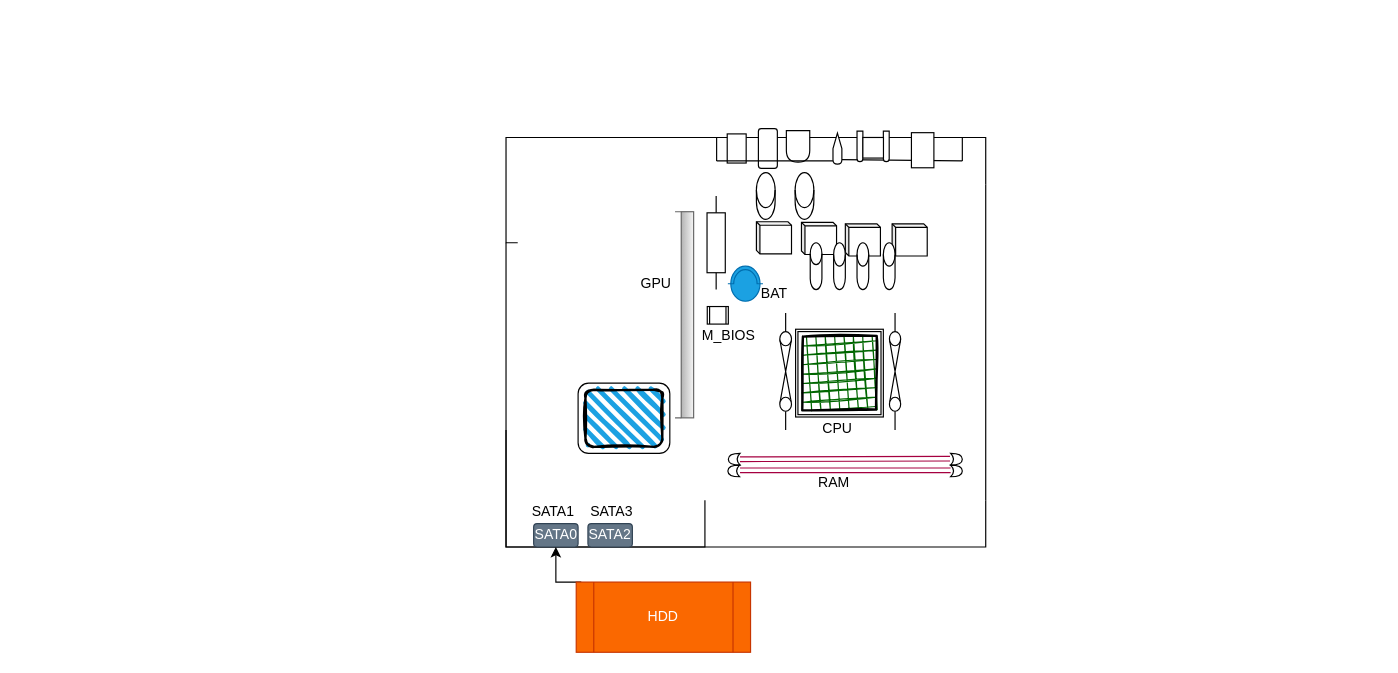
This is Untitled Diagram.drawio from Christcherubia/OpenClassroomsProject, a draw.io file, before an edit. Source tidied: cells renumbered, new cells numbered last; positions are measured from the earlier drawing's top-left corner, leaving out a move shared by most shapes. Both pictures are drawn from the tidied source at 117%, with x=0, y=0 at pixel (505, 131).
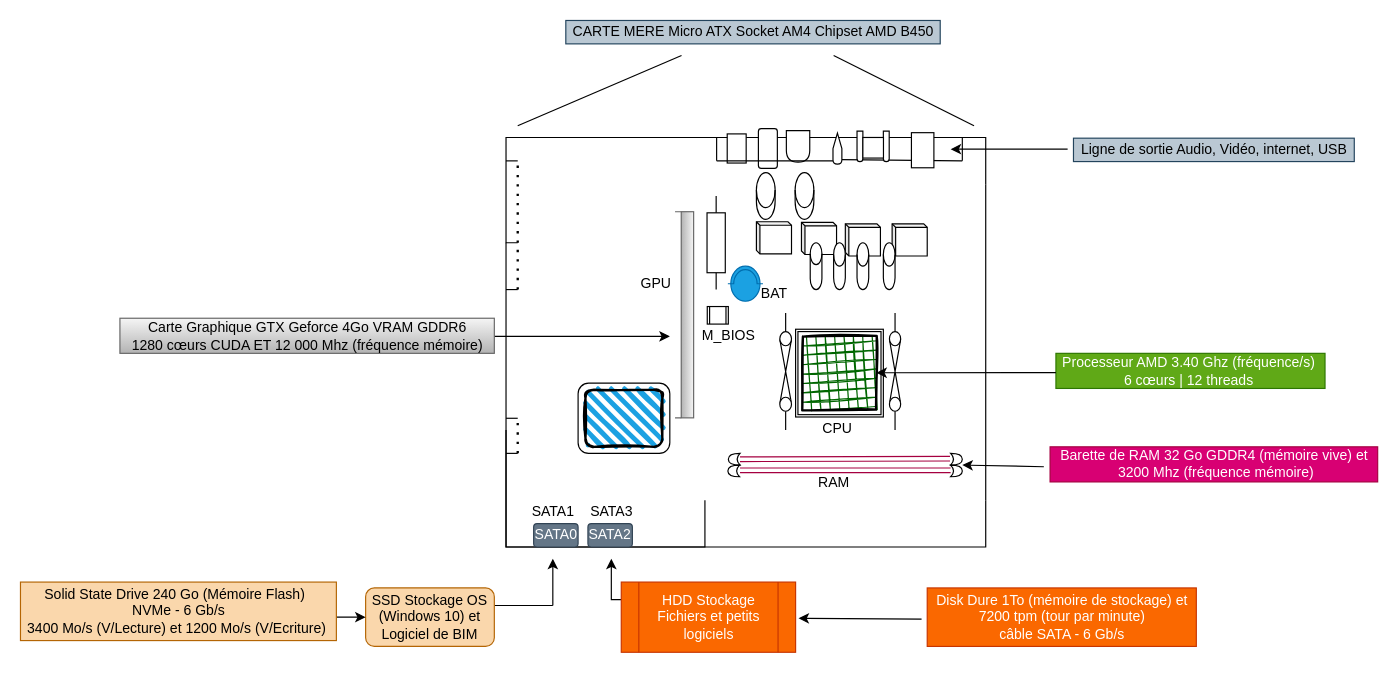
Above is the later version.

The change refers to these unchanged cells:
```xml
<mxCell id="24" style="rhombus;whiteSpace=wrap;html=1;strokeWidth=2;fillWeight=-1;hachureGap=8;fillStyle=cross-hatch;fillColor=#006600;sketch=1;rotation=45;" parent="1" vertex="1">
  <mxGeometry x="240.8" y="161.4" width="88.4" height="90" as="geometry" />
</mxCell>
<mxCell id="26" value="SATA0" style="rounded=1;whiteSpace=wrap;html=1;fillColor=#647687;strokeColor=#314354;fontColor=#ffffff;" parent="1" vertex="1">
  <mxGeometry x="23.6" y="335" width="38" height="20" as="geometry" />
</mxCell>
```

Diff of the diagram source:
```diff
@@
-    <mxCell id="28" style="edgeStyle=orthogonalEdgeStyle;rounded=0;jettySize=auto;html=1;exitX=0;exitY=0;exitDx=0;exitDy=0;entryX=0.5;entryY=1;entryDx=0;entryDy=0;" parent="1" edge="1" target="26">
+    <mxCell id="28" style="edgeStyle=orthogonalEdgeStyle;rounded=0;jettySize=auto;html=1;exitX=0;exitY=0.25;exitDx=0;exitDy=0;" parent="1" edge="1" source="29">
       <mxGeometry relative="1" as="geometry">
-        <mxPoint x="64.3" y="385" as="sourcePoint" />
+        <mxPoint x="90" y="365" as="targetPoint" />
       </mxGeometry>
     </mxCell>
-    <mxCell id="29" value="HDD" style="shape=process;whiteSpace=wrap;html=1;backgroundOutline=1;fillColor=#fa6800;strokeColor=#C73500;fontColor=#ffffff;" parent="1" vertex="1">
-      <mxGeometry x="60" y="385" width="149" height="60" as="geometry" />
+    <mxCell id="29" value="HDD Stockage Fichiers et petits logiciels" style="shape=process;whiteSpace=wrap;html=1;backgroundOutline=1;fillColor=#fa6800;strokeColor=#C73500;fontColor=#ffffff;" parent="1" vertex="1">
+      <mxGeometry x="98.5" y="385" width="149" height="60" as="geometry" />
     </mxCell>
@@
+    <mxCell id="56" value="Processeur AMD 3.40 Ghz (fréquence/s)&amp;nbsp;&lt;br&gt;6 cœurs | 12 threads&amp;nbsp;" style="text;html=1;align=center;verticalAlign=middle;fillColor=#60a917;strokeColor=#2D7600;fontColor=#ffffff;" parent="1" vertex="1">
+      <mxGeometry x="470" y="189.5" width="230" height="30" as="geometry" />
+    </mxCell>
+    <mxCell id="57" style="endArrow=classic;html=1;entryX=1;entryY=0;entryDx=0;entryDy=0;" parent="1" edge="1" target="24">
+      <mxGeometry relative="1" as="geometry">
+        <mxPoint x="470" y="206" as="sourcePoint" />
+      </mxGeometry>
+    </mxCell>
+    <mxCell id="58" value="Barette de RAM 32 Go GDDR4 (mémoire vive) et&lt;br&gt;&amp;nbsp;3200 Mhz (fréquence mémoire)" style="text;html=1;align=center;verticalAlign=middle;points=[];fillColor=#d80073;strokeColor=#A50040;fontColor=#ffffff;" parent="1" vertex="1">
+      <mxGeometry x="465" y="269.4" width="280" height="30" as="geometry" />
+    </mxCell>
+    <mxCell id="59" style="endArrow=classic;html=1;exitX=-0.019;exitY=0.567;exitDx=0;exitDy=0;exitPerimeter=0;" parent="1" edge="1" source="58">
+      <mxGeometry relative="1" as="geometry">
+        <mxPoint x="390" y="285" as="targetPoint" />
+      </mxGeometry>
+    </mxCell>
+    <mxCell id="60" value="Disk Dure 1To (mémoire de stockage) et &lt;br&gt;7200 tpm (tour par minute) &lt;br&gt;câble SATA - 6 Gb/s" style="text;html=1;align=center;verticalAlign=middle;points=[];fillColor=#fa6800;strokeColor=#C73500;fontColor=#ffffff;" parent="1" vertex="1">
+      <mxGeometry x="360" y="390" width="230" height="50" as="geometry" />
+    </mxCell>
+    <mxCell id="61" style="endArrow=classic;html=1;exitX=-0.021;exitY=0.533;exitDx=0;exitDy=0;exitPerimeter=0;" parent="1" edge="1" source="60">
+      <mxGeometry relative="1" as="geometry">
+        <mxPoint x="250" y="416" as="targetPoint" />
+      </mxGeometry>
+    </mxCell>
+    <mxCell id="62" style="endArrow=classic;html=1;" parent="1" edge="1">
+      <mxGeometry relative="1" as="geometry">
+        <mxPoint x="-40" y="175" as="sourcePoint" />
+        <mxPoint x="140" y="175" as="targetPoint" />
+      </mxGeometry>
+    </mxCell>
+    <mxCell id="63" value="Carte Graphique GTX Geforce 4Go VRAM GDDR6&lt;br&gt;1280 cœurs CUDA ET 12 000 Mhz (fréquence mémoire)" style="text;html=1;align=center;verticalAlign=middle;fillColor=#f5f5f5;strokeColor=#666666;gradientColor=#b3b3b3;" parent="1" vertex="1">
+      <mxGeometry x="-330" y="159.5" width="320" height="30" as="geometry" />
+    </mxCell>
+    <mxCell id="64" value="CARTE MERE Micro ATX Socket AM4 Chipset AMD B450" style="text;html=1;align=center;verticalAlign=middle;fillColor=#bac8d3;strokeColor=#23445d;strokeWidth=1;" parent="1" vertex="1">
+      <mxGeometry x="51.1" y="-95" width="320" height="20" as="geometry" />
+    </mxCell>
+    <mxCell id="65" style="endArrow=none;html=1;" parent="1" edge="1">
+      <mxGeometry relative="1" as="geometry">
+        <mxPoint x="10" y="-5" as="sourcePoint" />
+        <mxPoint x="150" y="-65" as="targetPoint" />
+      </mxGeometry>
+    </mxCell>
+    <mxCell id="66" style="endArrow=none;html=1;" parent="1" edge="1">
+      <mxGeometry relative="1" as="geometry">
+        <mxPoint x="280" y="-65" as="sourcePoint" />
+        <mxPoint x="400" y="-5" as="targetPoint" />
+      </mxGeometry>
+    </mxCell>
+    <mxCell id="67" style="endArrow=classic;html=1;" parent="1" edge="1">
+      <mxGeometry relative="1" as="geometry">
+        <mxPoint x="480" y="15" as="sourcePoint" />
+        <mxPoint x="380" y="15" as="targetPoint" />
+      </mxGeometry>
+    </mxCell>
+    <mxCell id="68" value="Ligne de sortie Audio, Vidéo, internet, USB" style="text;html=1;align=center;verticalAlign=middle;fillColor=#bac8d3;strokeColor=#23445d;" parent="1" vertex="1">
+      <mxGeometry x="485" y="5.6" width="240" height="20" as="geometry" />
+    </mxCell>
+    <mxCell id="69" style="endArrow=none;dashed=1;html=1;dashPattern=1 3;strokeWidth=2;" parent="1" edge="1">
+      <mxGeometry relative="1" as="geometry">
+        <mxPoint x="10" y="135" as="sourcePoint" />
+        <mxPoint x="10" y="25" as="targetPoint" />
+      </mxGeometry>
+    </mxCell>
+    <mxCell id="70" style="endArrow=none;html=1;" parent="1" edge="1">
+      <mxGeometry relative="1" as="geometry">
+        <mxPoint y="25" as="sourcePoint" />
+        <mxPoint x="10" y="25" as="targetPoint" />
+      </mxGeometry>
+    </mxCell>
+    <mxCell id="71" style="endArrow=none;html=1;" parent="1" edge="1">
+      <mxGeometry relative="1" as="geometry">
+        <mxPoint y="135" as="sourcePoint" />
+        <mxPoint x="10" y="135" as="targetPoint" />
+      </mxGeometry>
+    </mxCell>
+    <mxCell id="72" style="endArrow=none;dashed=1;html=1;dashPattern=1 3;strokeWidth=2;" parent="1" edge="1">
+      <mxGeometry relative="1" as="geometry">
+        <mxPoint x="10" y="275" as="sourcePoint" />
+        <mxPoint x="10" y="245" as="targetPoint" />
+      </mxGeometry>
+    </mxCell>
+    <mxCell id="73" style="endArrow=none;html=1;" parent="1" edge="1">
+      <mxGeometry relative="1" as="geometry">
+        <mxPoint y="275" as="sourcePoint" />
+        <mxPoint x="10" y="275" as="targetPoint" />
+      </mxGeometry>
+    </mxCell>
+    <mxCell id="74" style="endArrow=none;html=1;" parent="1" edge="1">
+      <mxGeometry relative="1" as="geometry">
+        <mxPoint y="245" as="sourcePoint" />
+        <mxPoint x="10" y="245" as="targetPoint" />
+      </mxGeometry>
+    </mxCell>
+    <mxCell id="75" style="endArrow=classic;html=1;" parent="1" edge="1">
+      <mxGeometry relative="1" as="geometry">
+        <mxPoint x="40" y="405" as="sourcePoint" />
+        <mxPoint x="40" y="365" as="targetPoint" />
+      </mxGeometry>
+    </mxCell>
+    <mxCell id="76" style="endArrow=none;html=1;" parent="1" edge="1">
+      <mxGeometry relative="1" as="geometry">
+        <mxPoint x="-10" y="405" as="sourcePoint" />
+        <mxPoint x="40" y="405" as="targetPoint" />
+      </mxGeometry>
+    </mxCell>
+    <mxCell id="77" value="SSD Stockage OS (Windows 10) et Logiciel de BIM" style="rounded=1;whiteSpace=wrap;html=1;strokeWidth=1;fillColor=#fad7ac;strokeColor=#b46504;" parent="1" vertex="1">
+      <mxGeometry x="-120" y="390" width="110" height="50" as="geometry" />
+    </mxCell>
+    <mxCell id="78" style="endArrow=classic;html=1;entryX=0;entryY=0.5;entryDx=0;entryDy=0;" parent="1" edge="1" target="77">
+      <mxGeometry relative="1" as="geometry">
+        <mxPoint x="-180" y="415" as="sourcePoint" />
+      </mxGeometry>
+    </mxCell>
+    <mxCell id="79" value="Solid State Drive 240 Go (Mémoire Flash)&amp;nbsp;&amp;nbsp;&lt;br&gt;NVMe - 6 Gb/s&lt;br&gt;3400 Mo/s (V/Lecture) et 1200 Mo/s (V/Ecriture)&amp;nbsp;" style="text;html=1;align=center;verticalAlign=middle;fillColor=#fad7ac;strokeColor=#b46504;" parent="1" vertex="1">
+      <mxGeometry x="-415" y="385" width="270" height="50" as="geometry" />
+    </mxCell>
```
